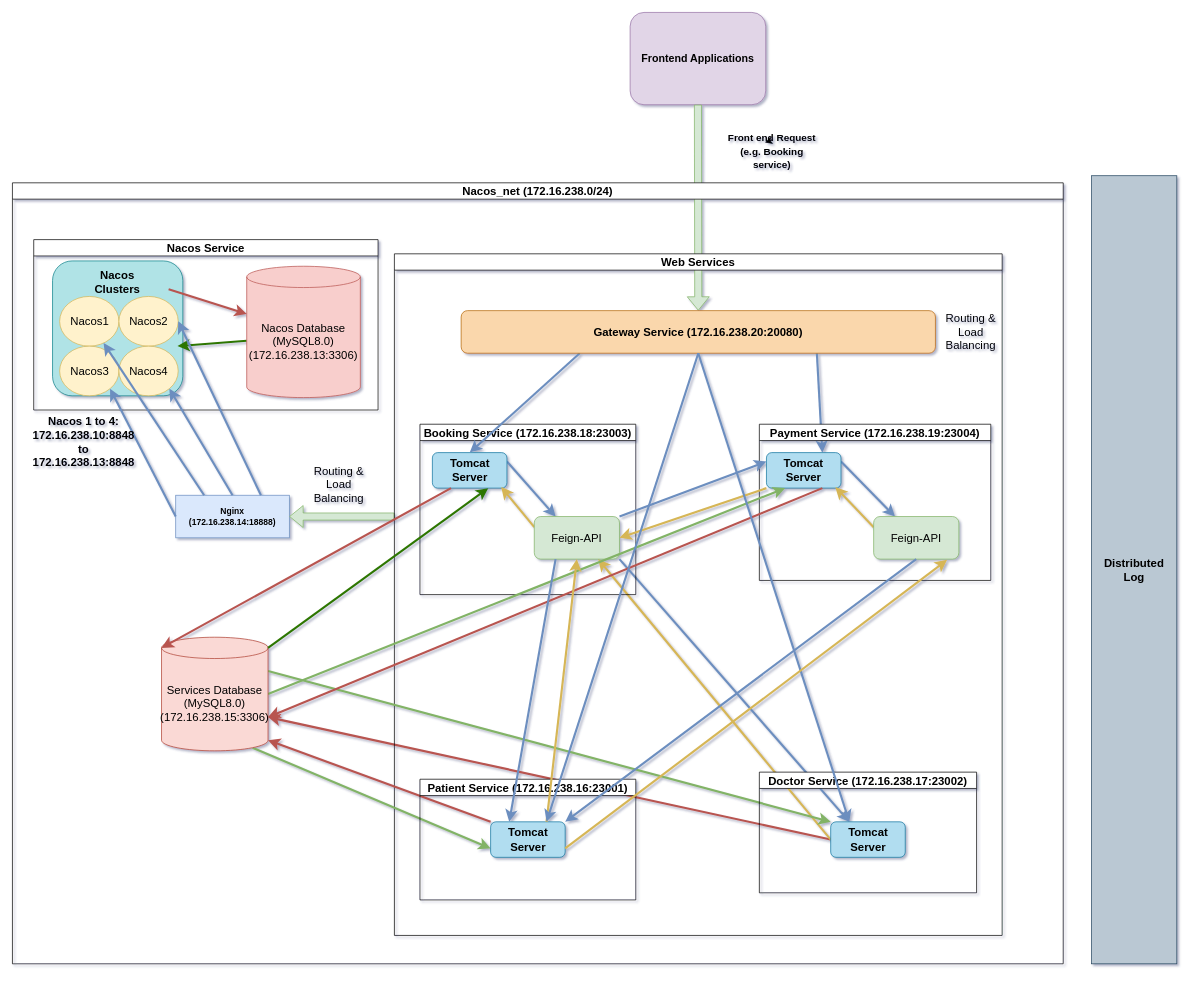
Above: examples/drawio/XMLs/iCare-dev-env.drawio in levihuayuzhang/icare (draw.io), before the change. Source tidied: cells renumbered, new cells numbered last; positions are measured from the earlier drawing's top-left corner, leaving out a move shared by most shapes. Both pictures are drawn from the tidied source at 71%, with x=0, y=0 at pixel (12, 12).
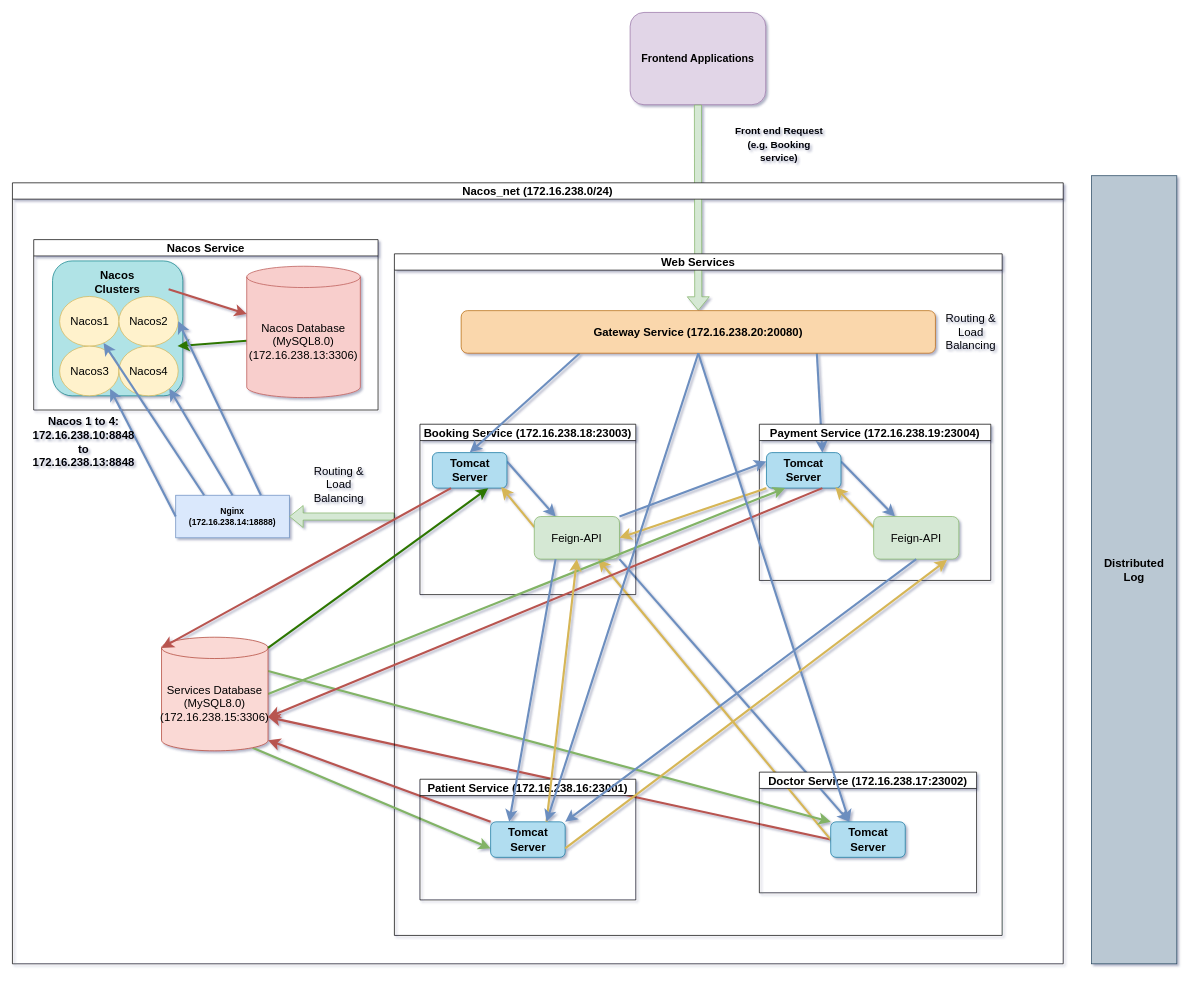
After the change.

Commit message (it also covers changes not shown here):
remove stain in the dev env diagram

Diff of the diagram source:
```diff
@@
     <mxCell id="9" value="&lt;font style=&quot;font-size: 14px;&quot;&gt;&lt;b&gt;Front end Request (e.g. Booking service)&lt;/b&gt;&lt;/font&gt;" style="text;html=1;strokeColor=none;fillColor=none;align=center;verticalAlign=middle;whiteSpace=wrap;rounded=0;fontSize=16;" parent="1" vertex="1">
-      <mxGeometry x="1000" y="180" width="140" height="30" as="geometry" />
+      <mxGeometry x="1010" y="170" width="140" height="30" as="geometry" />
     </mxCell>
@@
-    <mxCell id="50" style="edgeStyle=none;curved=1;rounded=0;orthogonalLoop=1;jettySize=auto;html=1;exitX=0.5;exitY=0;exitDx=0;exitDy=0;entryX=0.426;entryY=0.1;entryDx=0;entryDy=0;entryPerimeter=0;fontSize=12;startSize=8;endSize=8;" parent="1" edge="1" source="9" target="9">
-      <mxGeometry relative="1" as="geometry" />
-    </mxCell>
```
